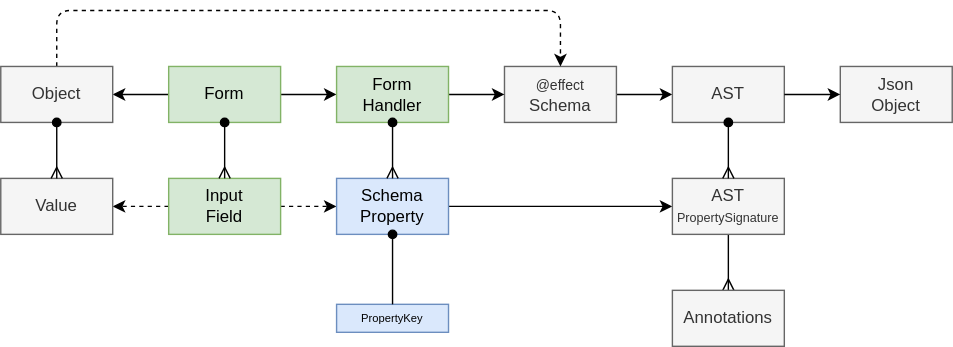
This is packages/ui/react-ui-form/docs/form.drawio.svg from dxos/dxos, a draw.io export, as it was before one commit. Source tidied: cells renumbered, new cells last; positions are measured from the earlier drawing's top-left corner, leaving out a move shared by most shapes. The source it was exported from:
```xml
<mxGraphModel>
  <root>
    <mxCell id="0" />
    <mxCell id="1" parent="0" />
    <mxCell id="2" style="edgeStyle=none;html=1;exitX=1;exitY=0.5;exitDx=0;exitDy=0;endArrow=classic;endFill=1;entryX=0;entryY=0.5;entryDx=0;entryDy=0;" parent="1" edge="1" source="4" target="21">
      <mxGeometry relative="1" as="geometry" />
    </mxCell>
    <mxCell id="3" style="edgeStyle=none;html=1;exitX=0;exitY=0.5;exitDx=0;exitDy=0;endArrow=classic;endFill=1;" parent="1" edge="1" source="4" target="13">
      <mxGeometry relative="1" as="geometry" />
    </mxCell>
    <mxCell id="4" value="Form" style="rounded=0;whiteSpace=wrap;html=1;fillColor=#d5e8d4;strokeColor=#82b366;" parent="1" vertex="1">
      <mxGeometry x="120" y="40" width="80" height="40" as="geometry" />
    </mxCell>
    <mxCell id="5" style="edgeStyle=none;html=1;exitX=1;exitY=0.5;exitDx=0;exitDy=0;fontSize=9;endArrow=classic;endFill=1;dashed=1;" parent="1" edge="1" source="7" target="11">
      <mxGeometry relative="1" as="geometry" />
    </mxCell>
    <mxCell id="6" style="edgeStyle=none;rounded=0;sketch=0;html=1;exitX=0;exitY=0.5;exitDx=0;exitDy=0;fontSize=9;endArrow=classic;endFill=1;dashed=1;" parent="1" edge="1" source="7" target="22">
      <mxGeometry relative="1" as="geometry" />
    </mxCell>
    <mxCell id="7" value="Input&lt;br&gt;Field" style="rounded=0;whiteSpace=wrap;html=1;fillColor=#d5e8d4;strokeColor=#82b366;" parent="1" vertex="1">
      <mxGeometry x="120" y="120" width="80" height="40" as="geometry" />
    </mxCell>
    <mxCell id="8" style="edgeStyle=none;html=1;exitX=1;exitY=0.5;exitDx=0;exitDy=0;fontSize=9;endArrow=classic;endFill=1;" parent="1" edge="1" source="9" target="14">
      <mxGeometry relative="1" as="geometry">
        <Array as="points">
          <mxPoint x="460" y="60" />
        </Array>
      </mxGeometry>
    </mxCell>
    <mxCell id="9" value="&lt;font style=&quot;font-size: 10px;&quot;&gt;@effect&lt;/font&gt;&lt;br&gt;Schema" style="rounded=0;whiteSpace=wrap;html=1;fillColor=#f5f5f5;strokeColor=#666666;fontColor=#333333;" parent="1" vertex="1">
      <mxGeometry x="360" y="40" width="80" height="40" as="geometry" />
    </mxCell>
    <mxCell id="10" style="edgeStyle=none;html=1;exitX=1;exitY=0.5;exitDx=0;exitDy=0;entryX=0;entryY=0.5;entryDx=0;entryDy=0;fontSize=9;endArrow=classic;endFill=1;" parent="1" edge="1" source="11" target="16">
      <mxGeometry relative="1" as="geometry" />
    </mxCell>
    <mxCell id="11" value="Schema&lt;br&gt;Property" style="rounded=0;whiteSpace=wrap;html=1;fillColor=#dae8fc;strokeColor=#6c8ebf;" parent="1" vertex="1">
      <mxGeometry x="240" y="120" width="80" height="40" as="geometry" />
    </mxCell>
    <mxCell id="12" style="edgeStyle=none;html=1;exitX=0.5;exitY=0;exitDx=0;exitDy=0;endArrow=classic;endFill=1;entryX=0.5;entryY=0;entryDx=0;entryDy=0;dashed=1;" parent="1" edge="1" source="13" target="9">
      <mxGeometry relative="1" as="geometry">
        <Array as="points">
          <mxPoint x="40" />
          <mxPoint x="400" />
        </Array>
      </mxGeometry>
    </mxCell>
    <mxCell id="13" value="Object" style="rounded=0;whiteSpace=wrap;html=1;fillColor=#f5f5f5;fontColor=#333333;strokeColor=#666666;" parent="1" vertex="1">
      <mxGeometry y="40" width="80" height="40" as="geometry" />
    </mxCell>
    <mxCell id="14" value="AST" style="rounded=0;whiteSpace=wrap;html=1;fillColor=#f5f5f5;strokeColor=#666666;fontColor=#333333;" parent="1" vertex="1">
      <mxGeometry x="480" y="40" width="80" height="40" as="geometry" />
    </mxCell>
    <mxCell id="15" style="edgeStyle=none;rounded=0;sketch=0;html=1;fontSize=9;endArrow=ERmany;endFill=0;" parent="1" edge="1" source="16" target="19">
      <mxGeometry relative="1" as="geometry" />
    </mxCell>
    <mxCell id="16" value="AST&lt;br&gt;&lt;font style=&quot;font-size: 9px;&quot;&gt;PropertySignature&lt;/font&gt;" style="rounded=0;whiteSpace=wrap;html=1;fillColor=#f5f5f5;strokeColor=#666666;fontColor=#333333;" parent="1" vertex="1">
      <mxGeometry x="480" y="120" width="80" height="40" as="geometry" />
    </mxCell>
    <mxCell id="17" value="Json&lt;br&gt;Object" style="rounded=0;whiteSpace=wrap;html=1;fillColor=#f5f5f5;fontColor=#333333;strokeColor=#666666;" parent="1" vertex="1">
      <mxGeometry x="600" y="40" width="80" height="40" as="geometry" />
    </mxCell>
    <mxCell id="18" style="edgeStyle=none;html=1;exitX=1;exitY=0.5;exitDx=0;exitDy=0;fontSize=9;endArrow=classic;endFill=1;" parent="1" edge="1" source="14" target="17">
      <mxGeometry relative="1" as="geometry" />
    </mxCell>
    <mxCell id="19" value="Annotations" style="rounded=0;whiteSpace=wrap;html=1;fillColor=#f5f5f5;fontColor=#333333;strokeColor=#666666;" parent="1" vertex="1">
      <mxGeometry x="480" y="200" width="80" height="40" as="geometry" />
    </mxCell>
    <mxCell id="20" style="edgeStyle=none;rounded=0;sketch=0;html=1;exitX=1;exitY=0.5;exitDx=0;exitDy=0;fontSize=9;endArrow=classic;endFill=1;" parent="1" edge="1" source="21" target="9">
      <mxGeometry relative="1" as="geometry" />
    </mxCell>
    <mxCell id="21" value="Form&lt;br&gt;Handler" style="rounded=0;whiteSpace=wrap;html=1;fillColor=#d5e8d4;strokeColor=#82b366;" parent="1" vertex="1">
      <mxGeometry x="240" y="40" width="80" height="40" as="geometry" />
    </mxCell>
    <mxCell id="22" value="Value" style="rounded=0;whiteSpace=wrap;html=1;fillColor=#f5f5f5;fontColor=#333333;strokeColor=#666666;" parent="1" vertex="1">
      <mxGeometry y="120" width="80" height="40" as="geometry" />
    </mxCell>
    <mxCell id="23" value="PropertyKey" style="rounded=0;whiteSpace=wrap;html=1;fillColor=#dae8fc;strokeColor=#6c8ebf;fontSize=8;" parent="1" vertex="1">
      <mxGeometry x="240" y="210" width="80" height="20" as="geometry" />
    </mxCell>
    <mxCell id="24" style="edgeStyle=none;rounded=0;sketch=0;html=1;exitX=0.5;exitY=1;exitDx=0;exitDy=0;entryX=0.5;entryY=0;entryDx=0;entryDy=0;fontSize=8;endArrow=none;endFill=0;startArrow=oval;startFill=1;" parent="1" edge="1" source="11" target="23">
      <mxGeometry relative="1" as="geometry" />
    </mxCell>
    <mxCell id="25" style="edgeStyle=none;html=1;exitX=0.5;exitY=1;exitDx=0;exitDy=0;endArrow=ERmany;endFill=0;startArrow=oval;startFill=1;" parent="1" edge="1" source="4" target="7">
      <mxGeometry relative="1" as="geometry">
        <Array as="points">
          <mxPoint x="160" y="100" />
        </Array>
      </mxGeometry>
    </mxCell>
    <mxCell id="26" style="edgeStyle=none;html=1;exitX=0.5;exitY=1;exitDx=0;exitDy=0;endArrow=ERmany;endFill=0;startArrow=oval;startFill=1;" parent="1" edge="1" source="21" target="11">
      <mxGeometry relative="1" as="geometry">
        <Array as="points">
          <mxPoint x="280" y="100" />
        </Array>
      </mxGeometry>
    </mxCell>
    <mxCell id="27" style="edgeStyle=none;html=1;exitX=0.5;exitY=1;exitDx=0;exitDy=0;endArrow=ERmany;endFill=0;startArrow=oval;startFill=1;" parent="1" edge="1" source="14" target="16">
      <mxGeometry relative="1" as="geometry" />
    </mxCell>
    <mxCell id="28" style="edgeStyle=none;html=1;endArrow=ERmany;endFill=0;entryX=0.5;entryY=0;entryDx=0;entryDy=0;startArrow=oval;startFill=1;" parent="1" edge="1" source="13" target="22">
      <mxGeometry relative="1" as="geometry" />
    </mxCell>
  </root>
</mxGraphModel>
```
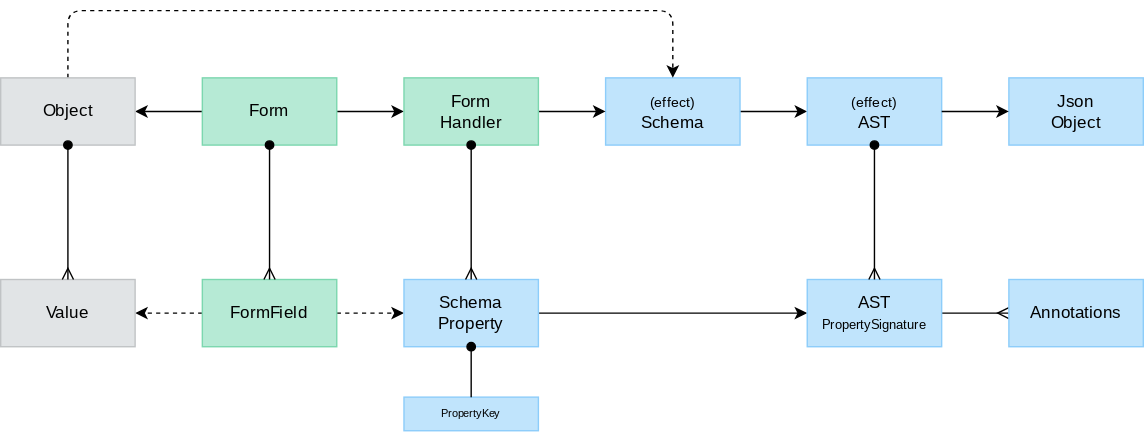
Above is the later version.

The edit, as a diff of the source:
```diff
@@ -2,102 +2,90 @@
   <root>
     <mxCell id="0" />
     <mxCell id="1" parent="0" />
-    <mxCell id="2" style="edgeStyle=none;html=1;exitX=1;exitY=0.5;exitDx=0;exitDy=0;endArrow=classic;endFill=1;entryX=0;entryY=0.5;entryDx=0;entryDy=0;" parent="1" edge="1" source="4" target="21">
+    <mxCell id="2" style="edgeStyle=none;html=1;exitX=1;exitY=0.5;exitDx=0;exitDy=0;endArrow=classic;endFill=1;entryX=0;entryY=0.5;entryDx=0;entryDy=0;fontFamily=Space Grotesk;fontSource=https%3A%2F%2Ffonts.googleapis.com%2Fcss%3Ffamily%3DSpace%2BGrotesk;" parent="1" edge="1" source="4" target="21">
       <mxGeometry relative="1" as="geometry" />
     </mxCell>
-    <mxCell id="3" style="edgeStyle=none;html=1;exitX=0;exitY=0.5;exitDx=0;exitDy=0;endArrow=classic;endFill=1;" parent="1" edge="1" source="4" target="13">
+    <mxCell id="3" style="edgeStyle=none;html=1;exitX=0;exitY=0.5;exitDx=0;exitDy=0;endArrow=classic;endFill=1;fontFamily=Space Grotesk;fontSource=https%3A%2F%2Ffonts.googleapis.com%2Fcss%3Ffamily%3DSpace%2BGrotesk;" parent="1" edge="1" source="4" target="13">
       <mxGeometry relative="1" as="geometry" />
     </mxCell>
-    <mxCell id="4" value="Form" style="rounded=0;whiteSpace=wrap;html=1;fillColor=#d5e8d4;strokeColor=#82b366;" parent="1" vertex="1">
-      <mxGeometry x="120" y="40" width="80" height="40" as="geometry" />
+    <mxCell id="4" value="Form" style="rounded=0;whiteSpace=wrap;html=1;fillColor=#B6EAD5;strokeColor=#7CD7AF;fontColor=#000000;fontFamily=Space Grotesk;fontSource=https%3A%2F%2Ffonts.googleapis.com%2Fcss%3Ffamily%3DSpace%2BGrotesk;" parent="1" vertex="1">
+      <mxGeometry x="112" y="16" width="96" height="48" as="geometry" />
     </mxCell>
-    <mxCell id="5" style="edgeStyle=none;html=1;exitX=1;exitY=0.5;exitDx=0;exitDy=0;fontSize=9;endArrow=classic;endFill=1;dashed=1;" parent="1" edge="1" source="7" target="11">
+    <mxCell id="5" style="edgeStyle=none;html=1;exitX=1;exitY=0.5;exitDx=0;exitDy=0;fontSize=9;endArrow=classic;endFill=1;dashed=1;fontFamily=Space Grotesk;fontSource=https%3A%2F%2Ffonts.googleapis.com%2Fcss%3Ffamily%3DSpace%2BGrotesk;" parent="1" edge="1" source="7" target="11">
       <mxGeometry relative="1" as="geometry" />
     </mxCell>
-    <mxCell id="6" style="edgeStyle=none;rounded=0;sketch=0;html=1;exitX=0;exitY=0.5;exitDx=0;exitDy=0;fontSize=9;endArrow=classic;endFill=1;dashed=1;" parent="1" edge="1" source="7" target="22">
+    <mxCell id="6" style="edgeStyle=none;rounded=0;sketch=0;html=1;exitX=0;exitY=0.5;exitDx=0;exitDy=0;fontSize=9;endArrow=classic;endFill=1;dashed=1;fontFamily=Space Grotesk;fontSource=https%3A%2F%2Ffonts.googleapis.com%2Fcss%3Ffamily%3DSpace%2BGrotesk;" parent="1" edge="1" source="7" target="22">
       <mxGeometry relative="1" as="geometry" />
     </mxCell>
-    <mxCell id="7" value="Input&lt;br&gt;Field" style="rounded=0;whiteSpace=wrap;html=1;fillColor=#d5e8d4;strokeColor=#82b366;" parent="1" vertex="1">
-      <mxGeometry x="120" y="120" width="80" height="40" as="geometry" />
+    <mxCell id="7" value="FormField" style="rounded=0;whiteSpace=wrap;html=1;fillColor=#B6EAD5;strokeColor=#7CD7AF;fontColor=#000000;fontFamily=Space Grotesk;fontSource=https%3A%2F%2Ffonts.googleapis.com%2Fcss%3Ffamily%3DSpace%2BGrotesk;" parent="1" vertex="1">
+      <mxGeometry x="112" y="160" width="96" height="48" as="geometry" />
     </mxCell>
-    <mxCell id="8" style="edgeStyle=none;html=1;exitX=1;exitY=0.5;exitDx=0;exitDy=0;fontSize=9;endArrow=classic;endFill=1;" parent="1" edge="1" source="9" target="14">
-      <mxGeometry relative="1" as="geometry">
-        <Array as="points">
-          <mxPoint x="460" y="60" />
-        </Array>
-      </mxGeometry>
+    <mxCell id="8" style="edgeStyle=none;html=1;exitX=1;exitY=0.5;exitDx=0;exitDy=0;fontSize=9;endArrow=classic;endFill=1;fontFamily=Space Grotesk;fontSource=https%3A%2F%2Ffonts.googleapis.com%2Fcss%3Ffamily%3DSpace%2BGrotesk;" parent="1" edge="1" source="9" target="14">
+      <mxGeometry relative="1" as="geometry" />
     </mxCell>
-    <mxCell id="9" value="&lt;font style=&quot;font-size: 10px;&quot;&gt;@effect&lt;/font&gt;&lt;br&gt;Schema" style="rounded=0;whiteSpace=wrap;html=1;fillColor=#f5f5f5;strokeColor=#666666;fontColor=#333333;" parent="1" vertex="1">
-      <mxGeometry x="360" y="40" width="80" height="40" as="geometry" />
+    <mxCell id="9" value="&lt;font style=&quot;font-size: 10px;&quot;&gt;(effect)&lt;/font&gt;&lt;br&gt;Schema" style="rounded=0;whiteSpace=wrap;html=1;fillColor=#C0E4FC;strokeColor=#8DCDFA;fontColor=#000000;fontFamily=Space Grotesk;fontSource=https%3A%2F%2Ffonts.googleapis.com%2Fcss%3Ffamily%3DSpace%2BGrotesk;" parent="1" vertex="1">
+      <mxGeometry x="400" y="16" width="96" height="48" as="geometry" />
     </mxCell>
-    <mxCell id="10" style="edgeStyle=none;html=1;exitX=1;exitY=0.5;exitDx=0;exitDy=0;entryX=0;entryY=0.5;entryDx=0;entryDy=0;fontSize=9;endArrow=classic;endFill=1;" parent="1" edge="1" source="11" target="16">
+    <mxCell id="10" style="edgeStyle=none;html=1;exitX=1;exitY=0.5;exitDx=0;exitDy=0;entryX=0;entryY=0.5;entryDx=0;entryDy=0;fontSize=9;endArrow=classic;endFill=1;fontFamily=Space Grotesk;fontSource=https%3A%2F%2Ffonts.googleapis.com%2Fcss%3Ffamily%3DSpace%2BGrotesk;" parent="1" edge="1" source="11" target="16">
       <mxGeometry relative="1" as="geometry" />
     </mxCell>
-    <mxCell id="11" value="Schema&lt;br&gt;Property" style="rounded=0;whiteSpace=wrap;html=1;fillColor=#dae8fc;strokeColor=#6c8ebf;" parent="1" vertex="1">
-      <mxGeometry x="240" y="120" width="80" height="40" as="geometry" />
+    <mxCell id="11" value="Schema&lt;br&gt;Property" style="rounded=0;whiteSpace=wrap;html=1;fillColor=#C0E4FC;strokeColor=#8DCDFA;fontColor=#000000;fontFamily=Space Grotesk;fontSource=https%3A%2F%2Ffonts.googleapis.com%2Fcss%3Ffamily%3DSpace%2BGrotesk;" parent="1" vertex="1">
+      <mxGeometry x="256" y="160" width="96" height="48" as="geometry" />
     </mxCell>
-    <mxCell id="12" style="edgeStyle=none;html=1;exitX=0.5;exitY=0;exitDx=0;exitDy=0;endArrow=classic;endFill=1;entryX=0.5;entryY=0;entryDx=0;entryDy=0;dashed=1;" parent="1" edge="1" source="13" target="9">
+    <mxCell id="12" style="edgeStyle=none;html=1;exitX=0.5;exitY=0;exitDx=0;exitDy=0;endArrow=classic;endFill=1;entryX=0.5;entryY=0;entryDx=0;entryDy=0;dashed=1;fontFamily=Space Grotesk;fontSource=https%3A%2F%2Ffonts.googleapis.com%2Fcss%3Ffamily%3DSpace%2BGrotesk;" parent="1" edge="1" source="13" target="9">
       <mxGeometry relative="1" as="geometry">
         <Array as="points">
-          <mxPoint x="40" />
-          <mxPoint x="400" />
+          <mxPoint x="16" y="-32" />
+          <mxPoint x="448" y="-32" />
         </Array>
       </mxGeometry>
     </mxCell>
-    <mxCell id="13" value="Object" style="rounded=0;whiteSpace=wrap;html=1;fillColor=#f5f5f5;fontColor=#333333;strokeColor=#666666;" parent="1" vertex="1">
-      <mxGeometry y="40" width="80" height="40" as="geometry" />
+    <mxCell id="13" value="Object" style="rounded=0;whiteSpace=wrap;html=1;fillColor=#E1E4E6;fontColor=#000000;strokeColor=#C0C3C5;fontFamily=Space Grotesk;fontSource=https%3A%2F%2Ffonts.googleapis.com%2Fcss%3Ffamily%3DSpace%2BGrotesk;" parent="1" vertex="1">
+      <mxGeometry x="-32" y="16" width="96" height="48" as="geometry" />
     </mxCell>
-    <mxCell id="14" value="AST" style="rounded=0;whiteSpace=wrap;html=1;fillColor=#f5f5f5;strokeColor=#666666;fontColor=#333333;" parent="1" vertex="1">
-      <mxGeometry x="480" y="40" width="80" height="40" as="geometry" />
+    <mxCell id="14" value="&lt;font style=&quot;font-size: 10px;&quot;&gt;(effect)&lt;/font&gt;&lt;br&gt;AST" style="rounded=0;whiteSpace=wrap;html=1;fillColor=#C0E4FC;strokeColor=#8DCDFA;fontColor=#000000;fontFamily=Space Grotesk;fontSource=https%3A%2F%2Ffonts.googleapis.com%2Fcss%3Ffamily%3DSpace%2BGrotesk;" parent="1" vertex="1">
+      <mxGeometry x="544" y="16" width="96" height="48" as="geometry" />
     </mxCell>
-    <mxCell id="15" style="edgeStyle=none;rounded=0;sketch=0;html=1;fontSize=9;endArrow=ERmany;endFill=0;" parent="1" edge="1" source="16" target="19">
+    <mxCell id="15" style="edgeStyle=none;rounded=0;sketch=0;html=1;fontSize=9;endArrow=ERmany;endFill=0;fontFamily=Space Grotesk;fontSource=https%3A%2F%2Ffonts.googleapis.com%2Fcss%3Ffamily%3DSpace%2BGrotesk;" parent="1" edge="1" source="16" target="19">
       <mxGeometry relative="1" as="geometry" />
     </mxCell>
-    <mxCell id="16" value="AST&lt;br&gt;&lt;font style=&quot;font-size: 9px;&quot;&gt;PropertySignature&lt;/font&gt;" style="rounded=0;whiteSpace=wrap;html=1;fillColor=#f5f5f5;strokeColor=#666666;fontColor=#333333;" parent="1" vertex="1">
-      <mxGeometry x="480" y="120" width="80" height="40" as="geometry" />
+    <mxCell id="16" value="AST&lt;br&gt;&lt;font style=&quot;font-size: 9px;&quot;&gt;PropertySignature&lt;/font&gt;" style="rounded=0;whiteSpace=wrap;html=1;fillColor=#C0E4FC;strokeColor=#8DCDFA;fontColor=#000000;fontFamily=Space Grotesk;fontSource=https%3A%2F%2Ffonts.googleapis.com%2Fcss%3Ffamily%3DSpace%2BGrotesk;" parent="1" vertex="1">
+      <mxGeometry x="544" y="160" width="96" height="48" as="geometry" />
     </mxCell>
-    <mxCell id="17" value="Json&lt;br&gt;Object" style="rounded=0;whiteSpace=wrap;html=1;fillColor=#f5f5f5;fontColor=#333333;strokeColor=#666666;" parent="1" vertex="1">
-      <mxGeometry x="600" y="40" width="80" height="40" as="geometry" />
+    <mxCell id="17" value="Json&lt;br&gt;Object" style="rounded=0;whiteSpace=wrap;html=1;fillColor=#C0E4FC;fontColor=#000000;strokeColor=#8DCDFA;fontFamily=Space Grotesk;fontSource=https%3A%2F%2Ffonts.googleapis.com%2Fcss%3Ffamily%3DSpace%2BGrotesk;" parent="1" vertex="1">
+      <mxGeometry x="688" y="16" width="96" height="48" as="geometry" />
     </mxCell>
-    <mxCell id="18" style="edgeStyle=none;html=1;exitX=1;exitY=0.5;exitDx=0;exitDy=0;fontSize=9;endArrow=classic;endFill=1;" parent="1" edge="1" source="14" target="17">
+    <mxCell id="18" style="edgeStyle=none;html=1;exitX=1;exitY=0.5;exitDx=0;exitDy=0;fontSize=9;endArrow=classic;endFill=1;fontFamily=Space Grotesk;fontSource=https%3A%2F%2Ffonts.googleapis.com%2Fcss%3Ffamily%3DSpace%2BGrotesk;" parent="1" edge="1" source="14" target="17">
       <mxGeometry relative="1" as="geometry" />
     </mxCell>
-    <mxCell id="19" value="Annotations" style="rounded=0;whiteSpace=wrap;html=1;fillColor=#f5f5f5;fontColor=#333333;strokeColor=#666666;" parent="1" vertex="1">
-      <mxGeometry x="480" y="200" width="80" height="40" as="geometry" />
+    <mxCell id="19" value="Annotations" style="rounded=0;whiteSpace=wrap;html=1;fillColor=#C0E4FC;fontColor=#000000;strokeColor=#8DCDFA;fontFamily=Space Grotesk;fontSource=https%3A%2F%2Ffonts.googleapis.com%2Fcss%3Ffamily%3DSpace%2BGrotesk;" parent="1" vertex="1">
+      <mxGeometry x="688" y="160" width="96" height="48" as="geometry" />
     </mxCell>
-    <mxCell id="20" style="edgeStyle=none;rounded=0;sketch=0;html=1;exitX=1;exitY=0.5;exitDx=0;exitDy=0;fontSize=9;endArrow=classic;endFill=1;" parent="1" edge="1" source="21" target="9">
+    <mxCell id="20" style="edgeStyle=none;rounded=0;sketch=0;html=1;exitX=1;exitY=0.5;exitDx=0;exitDy=0;fontSize=9;endArrow=classic;endFill=1;fontFamily=Space Grotesk;fontSource=https%3A%2F%2Ffonts.googleapis.com%2Fcss%3Ffamily%3DSpace%2BGrotesk;" parent="1" edge="1" source="21" target="9">
       <mxGeometry relative="1" as="geometry" />
     </mxCell>
-    <mxCell id="21" value="Form&lt;br&gt;Handler" style="rounded=0;whiteSpace=wrap;html=1;fillColor=#d5e8d4;strokeColor=#82b366;" parent="1" vertex="1">
-      <mxGeometry x="240" y="40" width="80" height="40" as="geometry" />
+    <mxCell id="21" value="Form&lt;br&gt;Handler" style="rounded=0;whiteSpace=wrap;html=1;fillColor=#B6EAD5;strokeColor=#7CD7AF;fontColor=#000000;fontFamily=Space Grotesk;fontSource=https%3A%2F%2Ffonts.googleapis.com%2Fcss%3Ffamily%3DSpace%2BGrotesk;" parent="1" vertex="1">
+      <mxGeometry x="256" y="16" width="96" height="48" as="geometry" />
     </mxCell>
-    <mxCell id="22" value="Value" style="rounded=0;whiteSpace=wrap;html=1;fillColor=#f5f5f5;fontColor=#333333;strokeColor=#666666;" parent="1" vertex="1">
-      <mxGeometry y="120" width="80" height="40" as="geometry" />
+    <mxCell id="22" value="Value" style="rounded=0;whiteSpace=wrap;html=1;fillColor=#E1E4E6;fontColor=#000000;strokeColor=#C0C3C5;fontFamily=Space Grotesk;fontSource=https%3A%2F%2Ffonts.googleapis.com%2Fcss%3Ffamily%3DSpace%2BGrotesk;" parent="1" vertex="1">
+      <mxGeometry x="-32" y="160" width="96" height="48" as="geometry" />
     </mxCell>
-    <mxCell id="23" value="PropertyKey" style="rounded=0;whiteSpace=wrap;html=1;fillColor=#dae8fc;strokeColor=#6c8ebf;fontSize=8;" parent="1" vertex="1">
-      <mxGeometry x="240" y="210" width="80" height="20" as="geometry" />
+    <mxCell id="23" value="PropertyKey" style="rounded=0;whiteSpace=wrap;html=1;fillColor=#C0E4FC;strokeColor=#8DCDFA;fontSize=8;fontColor=#000000;fontFamily=Space Grotesk;fontSource=https%3A%2F%2Ffonts.googleapis.com%2Fcss%3Ffamily%3DSpace%2BGrotesk;" parent="1" vertex="1">
+      <mxGeometry x="256" y="244" width="96" height="24" as="geometry" />
     </mxCell>
-    <mxCell id="24" style="edgeStyle=none;rounded=0;sketch=0;html=1;exitX=0.5;exitY=1;exitDx=0;exitDy=0;entryX=0.5;entryY=0;entryDx=0;entryDy=0;fontSize=8;endArrow=none;endFill=0;startArrow=oval;startFill=1;" parent="1" edge="1" source="11" target="23">
+    <mxCell id="24" style="edgeStyle=none;rounded=0;sketch=0;html=1;exitX=0.5;exitY=1;exitDx=0;exitDy=0;entryX=0.5;entryY=0;entryDx=0;entryDy=0;fontSize=8;endArrow=none;endFill=0;startArrow=oval;startFill=1;fontFamily=Space Grotesk;fontSource=https%3A%2F%2Ffonts.googleapis.com%2Fcss%3Ffamily%3DSpace%2BGrotesk;" parent="1" edge="1" source="11" target="23">
       <mxGeometry relative="1" as="geometry" />
     </mxCell>
-    <mxCell id="25" style="edgeStyle=none;html=1;exitX=0.5;exitY=1;exitDx=0;exitDy=0;endArrow=ERmany;endFill=0;startArrow=oval;startFill=1;" parent="1" edge="1" source="4" target="7">
-      <mxGeometry relative="1" as="geometry">
-        <Array as="points">
-          <mxPoint x="160" y="100" />
-        </Array>
-      </mxGeometry>
+    <mxCell id="25" style="edgeStyle=none;html=1;exitX=0.5;exitY=1;exitDx=0;exitDy=0;endArrow=ERmany;endFill=0;startArrow=oval;startFill=1;fontFamily=Space Grotesk;fontSource=https%3A%2F%2Ffonts.googleapis.com%2Fcss%3Ffamily%3DSpace%2BGrotesk;" parent="1" edge="1" source="4" target="7">
+      <mxGeometry relative="1" as="geometry" />
     </mxCell>
-    <mxCell id="26" style="edgeStyle=none;html=1;exitX=0.5;exitY=1;exitDx=0;exitDy=0;endArrow=ERmany;endFill=0;startArrow=oval;startFill=1;" parent="1" edge="1" source="21" target="11">
-      <mxGeometry relative="1" as="geometry">
-        <Array as="points">
-          <mxPoint x="280" y="100" />
-        </Array>
-      </mxGeometry>
+    <mxCell id="26" style="edgeStyle=none;html=1;exitX=0.5;exitY=1;exitDx=0;exitDy=0;endArrow=ERmany;endFill=0;startArrow=oval;startFill=1;fontFamily=Space Grotesk;fontSource=https%3A%2F%2Ffonts.googleapis.com%2Fcss%3Ffamily%3DSpace%2BGrotesk;" parent="1" edge="1" source="21" target="11">
+      <mxGeometry relative="1" as="geometry" />
     </mxCell>
-    <mxCell id="27" style="edgeStyle=none;html=1;exitX=0.5;exitY=1;exitDx=0;exitDy=0;endArrow=ERmany;endFill=0;startArrow=oval;startFill=1;" parent="1" edge="1" source="14" target="16">
+    <mxCell id="27" style="edgeStyle=none;html=1;exitX=0.5;exitY=1;exitDx=0;exitDy=0;endArrow=ERmany;endFill=0;startArrow=oval;startFill=1;fontFamily=Space Grotesk;fontSource=https%3A%2F%2Ffonts.googleapis.com%2Fcss%3Ffamily%3DSpace%2BGrotesk;" parent="1" edge="1" source="14" target="16">
       <mxGeometry relative="1" as="geometry" />
     </mxCell>
-    <mxCell id="28" style="edgeStyle=none;html=1;endArrow=ERmany;endFill=0;entryX=0.5;entryY=0;entryDx=0;entryDy=0;startArrow=oval;startFill=1;" parent="1" edge="1" source="13" target="22">
+    <mxCell id="28" style="edgeStyle=none;html=1;endArrow=ERmany;endFill=0;entryX=0.5;entryY=0;entryDx=0;entryDy=0;startArrow=oval;startFill=1;fontFamily=Space Grotesk;fontSource=https%3A%2F%2Ffonts.googleapis.com%2Fcss%3Ffamily%3DSpace%2BGrotesk;" parent="1" edge="1" source="13" target="22">
       <mxGeometry relative="1" as="geometry" />
     </mxCell>
   </root>
```
